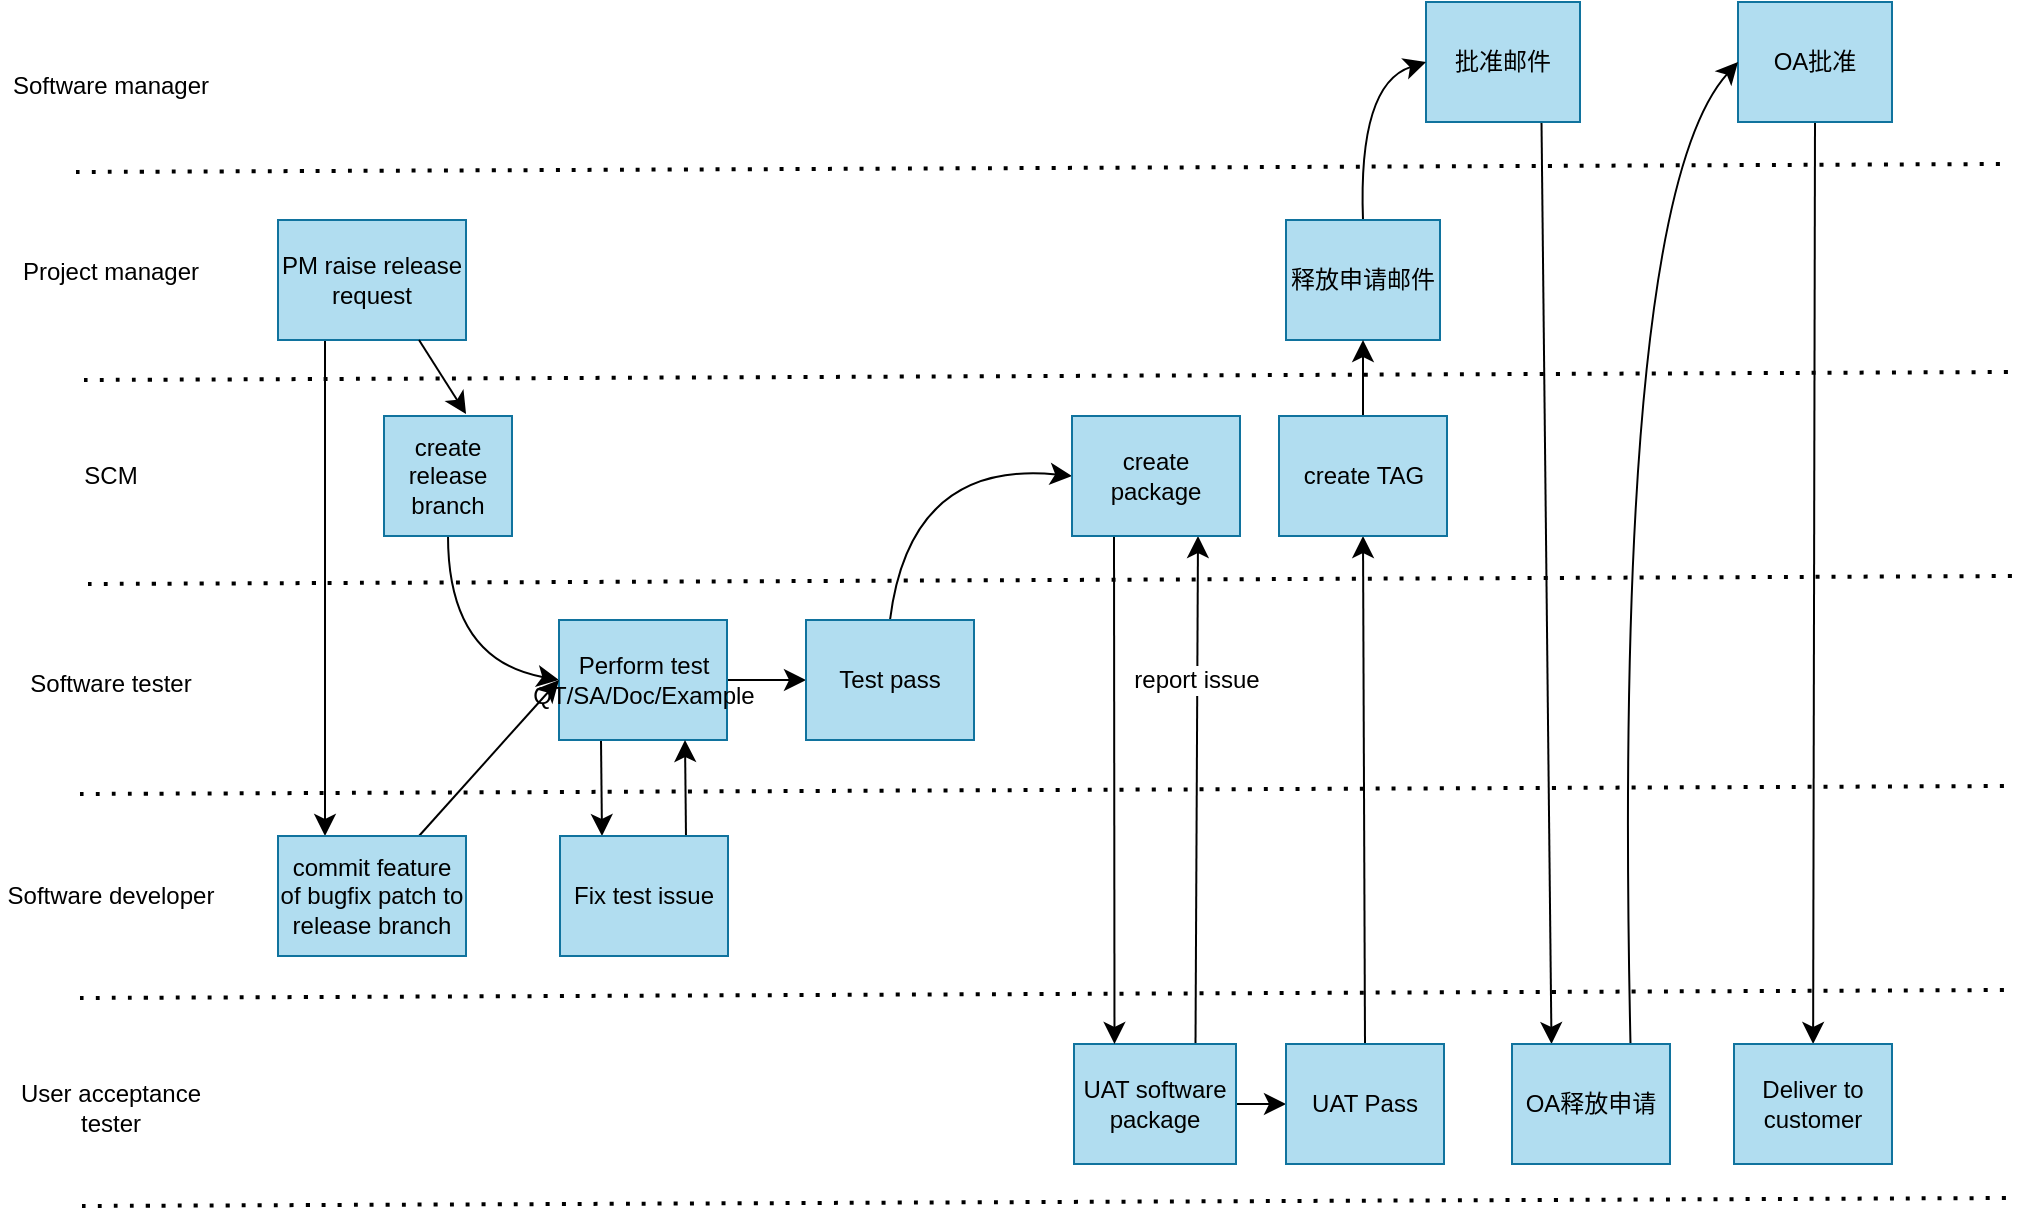
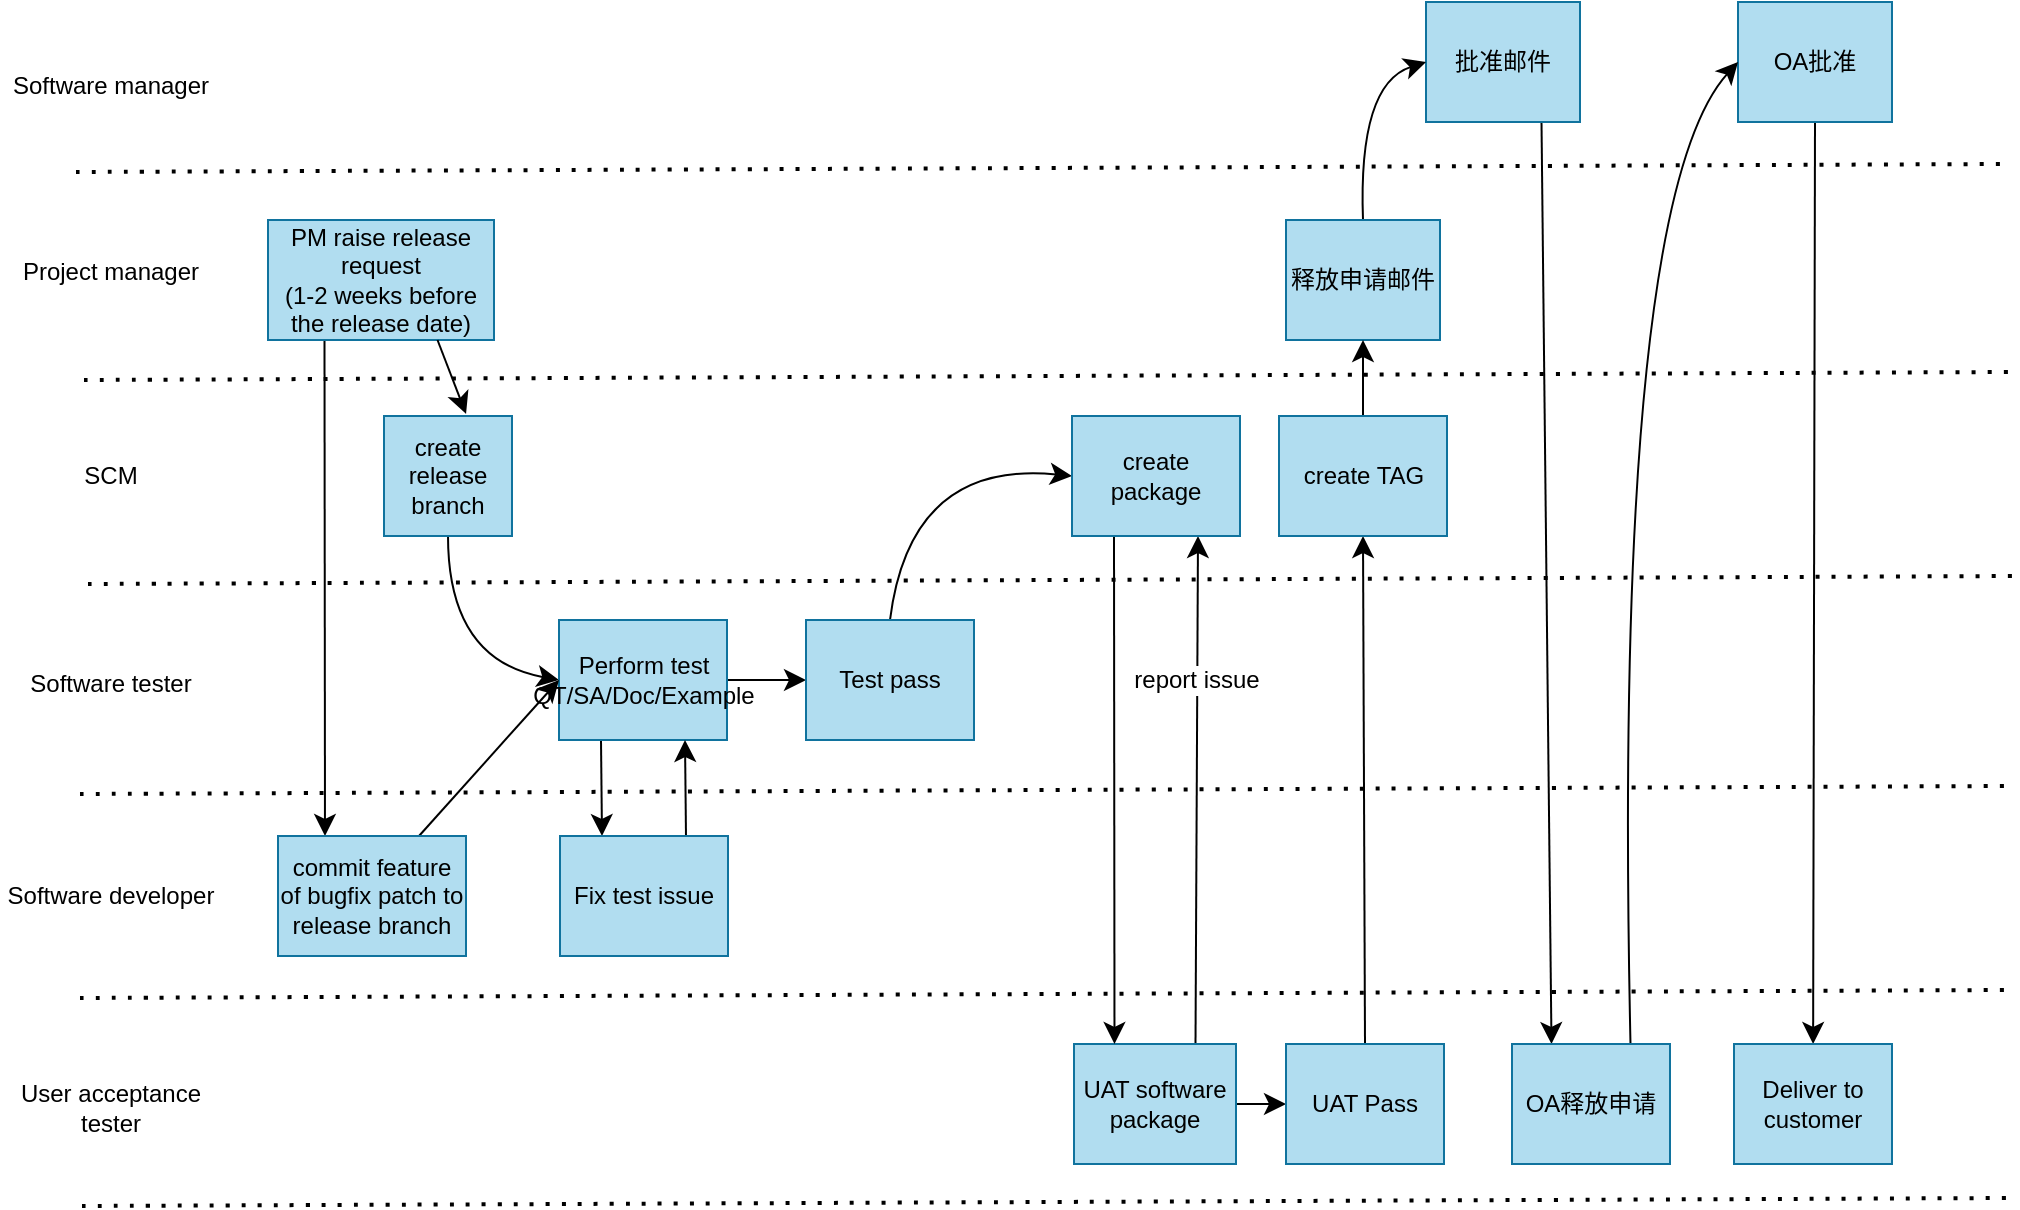
<mxfile host="app.diagrams.net">
  <diagram name="Page-1" id="fTPwgdbc9iwTcl-xMIqn">
-     <mxGraphModel dx="3014" dy="1651" grid="0" gridSize="10" guides="1" tooltips="1" connect="1" arrows="1" fold="1" page="0" pageScale="1" pageWidth="827" pageHeight="1169" math="0" shadow="0">
+     <mxGraphModel dx="3014" dy="1621" grid="0" gridSize="10" guides="1" tooltips="1" connect="1" arrows="1" fold="1" page="0" pageScale="1" pageWidth="827" pageHeight="1169" math="0" shadow="0">
      <root>
        <mxCell id="0" />
        <mxCell id="1" parent="0" />
        <mxCell id="DVGrybJIp1oMZ7pIrlnc-45" edge="1" parent="1" source="DVGrybJIp1oMZ7pIrlnc-1" style="edgeStyle=none;curved=1;rounded=0;orthogonalLoop=1;jettySize=auto;html=1;exitX=0.75;exitY=1;exitDx=0;exitDy=0;entryX=0.25;entryY=0;entryDx=0;entryDy=0;fontSize=12;startSize=8;endSize=8;" target="DVGrybJIp1oMZ7pIrlnc-28">
          <mxGeometry relative="1" as="geometry" />
        </mxCell>
        <mxCell id="DVGrybJIp1oMZ7pIrlnc-1" parent="1" style="rounded=0;whiteSpace=wrap;html=1;fillColor=#b1ddf0;strokeColor=#10739e;" value="批准邮件" vertex="1">
          <mxGeometry height="60" width="77" x="-542" y="-687" as="geometry" />
        </mxCell>
        <mxCell id="DVGrybJIp1oMZ7pIrlnc-4" edge="1" parent="1" style="endArrow=none;dashed=1;html=1;dashPattern=1 3;strokeWidth=2;rounded=0;fontSize=12;startSize=8;endSize=8;curved=1;" value="">
          <mxGeometry height="50" relative="1" width="50" as="geometry">
            <mxPoint x="-1217" y="-602" as="sourcePoint" />
            <mxPoint x="-253" y="-606" as="targetPoint" />
          </mxGeometry>
        </mxCell>
        <mxCell id="DVGrybJIp1oMZ7pIrlnc-31" edge="1" parent="1" source="DVGrybJIp1oMZ7pIrlnc-6" style="edgeStyle=none;curved=1;rounded=0;orthogonalLoop=1;jettySize=auto;html=1;exitX=0.25;exitY=1;exitDx=0;exitDy=0;entryX=0.25;entryY=0;entryDx=0;entryDy=0;fontSize=12;startSize=8;endSize=8;" target="DVGrybJIp1oMZ7pIrlnc-12">
          <mxGeometry relative="1" as="geometry" />
        </mxCell>
-         <mxCell id="DVGrybJIp1oMZ7pIrlnc-6" parent="1" style="rounded=0;whiteSpace=wrap;html=1;fillColor=#b1ddf0;strokeColor=#10739e;" value="PM raise release request" vertex="1">
-           <mxGeometry height="60" width="94" x="-1116" y="-578" as="geometry" />
+         <mxCell id="DVGrybJIp1oMZ7pIrlnc-6" parent="1" style="rounded=0;whiteSpace=wrap;html=1;fillColor=#b1ddf0;strokeColor=#10739e;" value="&lt;div&gt;PM raise release request&lt;/div&gt;&lt;div&gt;(1-2 weeks before the release date)&lt;/div&gt;" vertex="1">
+           <mxGeometry height="60" width="113" x="-1121" y="-578" as="geometry" />
        </mxCell>
        <mxCell id="DVGrybJIp1oMZ7pIrlnc-7" edge="1" parent="1" style="endArrow=none;dashed=1;html=1;dashPattern=1 3;strokeWidth=2;rounded=0;fontSize=12;startSize=8;endSize=8;curved=1;" value="">
          <mxGeometry height="50" relative="1" width="50" as="geometry">
            <mxPoint x="-1213" y="-498" as="sourcePoint" />
            <mxPoint x="-249" y="-502" as="targetPoint" />
          </mxGeometry>
        </mxCell>
        <mxCell id="DVGrybJIp1oMZ7pIrlnc-32" edge="1" parent="1" source="DVGrybJIp1oMZ7pIrlnc-8" style="edgeStyle=none;curved=1;rounded=0;orthogonalLoop=1;jettySize=auto;html=1;exitX=0.5;exitY=1;exitDx=0;exitDy=0;entryX=0;entryY=0.5;entryDx=0;entryDy=0;fontSize=12;startSize=8;endSize=8;" target="DVGrybJIp1oMZ7pIrlnc-10">
          <mxGeometry relative="1" as="geometry">
            <Array as="points">
              <mxPoint x="-1031" y="-358" />
            </Array>
          </mxGeometry>
        </mxCell>
        <mxCell id="DVGrybJIp1oMZ7pIrlnc-8" parent="1" style="rounded=0;whiteSpace=wrap;html=1;fillColor=#b1ddf0;strokeColor=#10739e;" value="create release branch" vertex="1">
          <mxGeometry height="60" width="64" x="-1063" y="-480" as="geometry" />
        </mxCell>
        <mxCell id="DVGrybJIp1oMZ7pIrlnc-9" edge="1" parent="1" style="endArrow=none;dashed=1;html=1;dashPattern=1 3;strokeWidth=2;rounded=0;fontSize=12;startSize=8;endSize=8;curved=1;" value="">
          <mxGeometry height="50" relative="1" width="50" as="geometry">
            <mxPoint x="-1211" y="-396" as="sourcePoint" />
            <mxPoint x="-247" y="-400" as="targetPoint" />
          </mxGeometry>
        </mxCell>
        <mxCell id="DVGrybJIp1oMZ7pIrlnc-34" edge="1" parent="1" source="DVGrybJIp1oMZ7pIrlnc-10" style="edgeStyle=none;curved=1;rounded=0;orthogonalLoop=1;jettySize=auto;html=1;exitX=0.25;exitY=1;exitDx=0;exitDy=0;entryX=0.25;entryY=0;entryDx=0;entryDy=0;fontSize=12;startSize=8;endSize=8;" target="DVGrybJIp1oMZ7pIrlnc-26">
          <mxGeometry relative="1" as="geometry" />
        </mxCell>
        <mxCell id="DVGrybJIp1oMZ7pIrlnc-36" edge="1" parent="1" source="DVGrybJIp1oMZ7pIrlnc-10" style="edgeStyle=none;curved=1;rounded=0;orthogonalLoop=1;jettySize=auto;html=1;exitX=1;exitY=0.5;exitDx=0;exitDy=0;entryX=0;entryY=0.5;entryDx=0;entryDy=0;fontSize=12;startSize=8;endSize=8;" target="DVGrybJIp1oMZ7pIrlnc-24">
          <mxGeometry relative="1" as="geometry" />
        </mxCell>
        <mxCell id="DVGrybJIp1oMZ7pIrlnc-10" parent="1" style="rounded=0;whiteSpace=wrap;html=1;fillColor=#b1ddf0;strokeColor=#10739e;" value="&lt;div&gt;Perform test&lt;/div&gt;&lt;div&gt;QT/SA/Doc/Example&lt;/div&gt;" vertex="1">
          <mxGeometry height="60" width="84" x="-975.5" y="-378" as="geometry" />
        </mxCell>
        <mxCell id="DVGrybJIp1oMZ7pIrlnc-11" edge="1" parent="1" style="endArrow=none;dashed=1;html=1;dashPattern=1 3;strokeWidth=2;rounded=0;fontSize=12;startSize=8;endSize=8;curved=1;" value="">
          <mxGeometry height="50" relative="1" width="50" as="geometry">
            <mxPoint x="-1215" y="-291" as="sourcePoint" />
            <mxPoint x="-251" y="-295" as="targetPoint" />
          </mxGeometry>
        </mxCell>
        <mxCell id="DVGrybJIp1oMZ7pIrlnc-33" edge="1" parent="1" source="DVGrybJIp1oMZ7pIrlnc-12" style="edgeStyle=none;curved=1;rounded=0;orthogonalLoop=1;jettySize=auto;html=1;exitX=0.75;exitY=0;exitDx=0;exitDy=0;entryX=0;entryY=0.5;entryDx=0;entryDy=0;fontSize=12;startSize=8;endSize=8;" target="DVGrybJIp1oMZ7pIrlnc-10">
          <mxGeometry relative="1" as="geometry" />
        </mxCell>
        <mxCell id="DVGrybJIp1oMZ7pIrlnc-12" parent="1" style="rounded=0;whiteSpace=wrap;html=1;fillColor=#b1ddf0;strokeColor=#10739e;" value="commit feature of bugfix patch to release branch" vertex="1">
          <mxGeometry height="60" width="94" x="-1116" y="-270" as="geometry" />
        </mxCell>
        <mxCell id="DVGrybJIp1oMZ7pIrlnc-13" edge="1" parent="1" style="endArrow=none;dashed=1;html=1;dashPattern=1 3;strokeWidth=2;rounded=0;fontSize=12;startSize=8;endSize=8;curved=1;" value="">
          <mxGeometry height="50" relative="1" width="50" as="geometry">
            <mxPoint x="-1215" y="-189" as="sourcePoint" />
            <mxPoint x="-251" y="-193" as="targetPoint" />
          </mxGeometry>
        </mxCell>
        <mxCell id="DVGrybJIp1oMZ7pIrlnc-14" parent="1" style="text;html=1;whiteSpace=wrap;strokeColor=none;fillColor=none;align=center;verticalAlign=middle;rounded=0;" value="Software manager" vertex="1">
          <mxGeometry height="30" width="111" x="-1255" y="-660" as="geometry" />
        </mxCell>
        <mxCell id="DVGrybJIp1oMZ7pIrlnc-15" parent="1" style="text;html=1;whiteSpace=wrap;strokeColor=none;fillColor=none;align=center;verticalAlign=middle;rounded=0;" value="Project manager" vertex="1">
          <mxGeometry height="30" width="111" x="-1255" y="-567" as="geometry" />
        </mxCell>
        <mxCell id="DVGrybJIp1oMZ7pIrlnc-16" parent="1" style="text;html=1;whiteSpace=wrap;strokeColor=none;fillColor=none;align=center;verticalAlign=middle;rounded=0;" value="SCM" vertex="1">
          <mxGeometry height="30" width="111" x="-1255" y="-465" as="geometry" />
        </mxCell>
        <mxCell id="DVGrybJIp1oMZ7pIrlnc-17" parent="1" style="text;html=1;whiteSpace=wrap;strokeColor=none;fillColor=none;align=center;verticalAlign=middle;rounded=0;" value="Software tester" vertex="1">
          <mxGeometry height="30" width="111" x="-1255" y="-361" as="geometry" />
        </mxCell>
        <mxCell id="DVGrybJIp1oMZ7pIrlnc-18" parent="1" style="text;html=1;whiteSpace=wrap;strokeColor=none;fillColor=none;align=center;verticalAlign=middle;rounded=0;" value="Software developer" vertex="1">
          <mxGeometry height="30" width="111" x="-1255" y="-255" as="geometry" />
        </mxCell>
        <mxCell id="DVGrybJIp1oMZ7pIrlnc-41" edge="1" parent="1" source="DVGrybJIp1oMZ7pIrlnc-19" style="edgeStyle=none;curved=1;rounded=0;orthogonalLoop=1;jettySize=auto;html=1;exitX=1;exitY=0.5;exitDx=0;exitDy=0;entryX=0;entryY=0.5;entryDx=0;entryDy=0;fontSize=12;startSize=8;endSize=8;" target="DVGrybJIp1oMZ7pIrlnc-27">
          <mxGeometry relative="1" as="geometry" />
        </mxCell>
        <mxCell id="DVGrybJIp1oMZ7pIrlnc-49" edge="1" parent="1" source="DVGrybJIp1oMZ7pIrlnc-19" style="edgeStyle=none;curved=1;rounded=0;orthogonalLoop=1;jettySize=auto;html=1;exitX=0.75;exitY=0;exitDx=0;exitDy=0;entryX=0.75;entryY=1;entryDx=0;entryDy=0;fontSize=12;startSize=8;endSize=8;" target="DVGrybJIp1oMZ7pIrlnc-25">
          <mxGeometry relative="1" as="geometry" />
        </mxCell>
        <mxCell id="DVGrybJIp1oMZ7pIrlnc-50" connectable="0" parent="DVGrybJIp1oMZ7pIrlnc-49" style="edgeLabel;html=1;align=center;verticalAlign=middle;resizable=0;points=[];fontSize=12;" value="report issue" vertex="1">
          <mxGeometry relative="1" x="0.433" y="1" as="geometry">
            <mxPoint as="offset" />
          </mxGeometry>
        </mxCell>
        <mxCell id="DVGrybJIp1oMZ7pIrlnc-19" parent="1" style="rounded=0;whiteSpace=wrap;html=1;fillColor=#b1ddf0;strokeColor=#10739e;" value="UAT software package" vertex="1">
          <mxGeometry height="60" width="81" x="-718" y="-166" as="geometry" />
        </mxCell>
        <mxCell id="DVGrybJIp1oMZ7pIrlnc-20" edge="1" parent="1" style="endArrow=none;dashed=1;html=1;dashPattern=1 3;strokeWidth=2;rounded=0;fontSize=12;startSize=8;endSize=8;curved=1;" value="">
          <mxGeometry height="50" relative="1" width="50" as="geometry">
            <mxPoint x="-1214" y="-85" as="sourcePoint" />
            <mxPoint x="-250" y="-89" as="targetPoint" />
          </mxGeometry>
        </mxCell>
        <mxCell id="DVGrybJIp1oMZ7pIrlnc-21" parent="1" style="text;html=1;whiteSpace=wrap;strokeColor=none;fillColor=none;align=center;verticalAlign=middle;rounded=0;" value="User acceptance tester" vertex="1">
          <mxGeometry height="30" width="111" x="-1255" y="-149" as="geometry" />
        </mxCell>
        <mxCell id="DVGrybJIp1oMZ7pIrlnc-47" edge="1" parent="1" source="DVGrybJIp1oMZ7pIrlnc-22" style="edgeStyle=none;curved=1;rounded=0;orthogonalLoop=1;jettySize=auto;html=1;exitX=0.5;exitY=1;exitDx=0;exitDy=0;fontSize=12;startSize=8;endSize=8;" target="DVGrybJIp1oMZ7pIrlnc-29">
          <mxGeometry relative="1" as="geometry" />
        </mxCell>
        <mxCell id="DVGrybJIp1oMZ7pIrlnc-22" parent="1" style="rounded=0;whiteSpace=wrap;html=1;fillColor=#b1ddf0;strokeColor=#10739e;" value="OA批准" vertex="1">
          <mxGeometry height="60" width="77" x="-386" y="-687" as="geometry" />
        </mxCell>
        <mxCell id="DVGrybJIp1oMZ7pIrlnc-44" edge="1" parent="1" source="DVGrybJIp1oMZ7pIrlnc-23" style="edgeStyle=none;curved=1;rounded=0;orthogonalLoop=1;jettySize=auto;html=1;exitX=0.5;exitY=0;exitDx=0;exitDy=0;entryX=0;entryY=0.5;entryDx=0;entryDy=0;fontSize=12;startSize=8;endSize=8;" target="DVGrybJIp1oMZ7pIrlnc-1">
          <mxGeometry relative="1" as="geometry">
            <Array as="points">
              <mxPoint x="-576" y="-646" />
            </Array>
          </mxGeometry>
        </mxCell>
        <mxCell id="DVGrybJIp1oMZ7pIrlnc-23" parent="1" style="rounded=0;whiteSpace=wrap;html=1;fillColor=#b1ddf0;strokeColor=#10739e;" value="释放申请邮件" vertex="1">
          <mxGeometry height="60" width="77" x="-612" y="-578" as="geometry" />
        </mxCell>
        <mxCell id="DVGrybJIp1oMZ7pIrlnc-37" edge="1" parent="1" source="DVGrybJIp1oMZ7pIrlnc-24" style="edgeStyle=none;curved=1;rounded=0;orthogonalLoop=1;jettySize=auto;html=1;exitX=0.5;exitY=0;exitDx=0;exitDy=0;entryX=0;entryY=0.5;entryDx=0;entryDy=0;fontSize=12;startSize=8;endSize=8;" target="DVGrybJIp1oMZ7pIrlnc-25">
          <mxGeometry relative="1" as="geometry">
            <Array as="points">
              <mxPoint x="-800" y="-458" />
            </Array>
          </mxGeometry>
        </mxCell>
        <mxCell id="DVGrybJIp1oMZ7pIrlnc-24" parent="1" style="rounded=0;whiteSpace=wrap;html=1;fillColor=#b1ddf0;strokeColor=#10739e;" value="Test pass" vertex="1">
          <mxGeometry height="60" width="84" x="-852" y="-378" as="geometry" />
        </mxCell>
        <mxCell id="DVGrybJIp1oMZ7pIrlnc-48" edge="1" parent="1" source="DVGrybJIp1oMZ7pIrlnc-25" style="edgeStyle=none;curved=1;rounded=0;orthogonalLoop=1;jettySize=auto;html=1;exitX=0.25;exitY=1;exitDx=0;exitDy=0;entryX=0.25;entryY=0;entryDx=0;entryDy=0;fontSize=12;startSize=8;endSize=8;" target="DVGrybJIp1oMZ7pIrlnc-19">
          <mxGeometry relative="1" as="geometry" />
        </mxCell>
        <mxCell id="DVGrybJIp1oMZ7pIrlnc-25" parent="1" style="rounded=0;whiteSpace=wrap;html=1;fillColor=#b1ddf0;strokeColor=#10739e;" value="create package" vertex="1">
          <mxGeometry height="60" width="84" x="-719" y="-480" as="geometry" />
        </mxCell>
        <mxCell id="DVGrybJIp1oMZ7pIrlnc-35" edge="1" parent="1" source="DVGrybJIp1oMZ7pIrlnc-26" style="edgeStyle=none;curved=1;rounded=0;orthogonalLoop=1;jettySize=auto;html=1;exitX=0.75;exitY=0;exitDx=0;exitDy=0;entryX=0.75;entryY=1;entryDx=0;entryDy=0;fontSize=12;startSize=8;endSize=8;" target="DVGrybJIp1oMZ7pIrlnc-10">
          <mxGeometry relative="1" as="geometry" />
        </mxCell>
        <mxCell id="DVGrybJIp1oMZ7pIrlnc-26" parent="1" style="rounded=0;whiteSpace=wrap;html=1;fillColor=#b1ddf0;strokeColor=#10739e;" value="Fix test issue" vertex="1">
          <mxGeometry height="60" width="84" x="-975" y="-270" as="geometry" />
        </mxCell>
        <mxCell id="DVGrybJIp1oMZ7pIrlnc-52" edge="1" parent="1" source="DVGrybJIp1oMZ7pIrlnc-27" style="edgeStyle=none;curved=1;rounded=0;orthogonalLoop=1;jettySize=auto;html=1;exitX=0.5;exitY=0;exitDx=0;exitDy=0;entryX=0.5;entryY=1;entryDx=0;entryDy=0;fontSize=12;startSize=8;endSize=8;" target="DVGrybJIp1oMZ7pIrlnc-51">
          <mxGeometry relative="1" as="geometry" />
        </mxCell>
        <mxCell id="DVGrybJIp1oMZ7pIrlnc-27" parent="1" style="rounded=0;whiteSpace=wrap;html=1;fillColor=#b1ddf0;strokeColor=#10739e;" value="UAT Pass" vertex="1">
          <mxGeometry height="60" width="79" x="-612" y="-166" as="geometry" />
        </mxCell>
        <mxCell id="DVGrybJIp1oMZ7pIrlnc-46" edge="1" parent="1" source="DVGrybJIp1oMZ7pIrlnc-28" style="edgeStyle=none;curved=1;rounded=0;orthogonalLoop=1;jettySize=auto;html=1;exitX=0.75;exitY=0;exitDx=0;exitDy=0;entryX=0;entryY=0.5;entryDx=0;entryDy=0;fontSize=12;startSize=8;endSize=8;" target="DVGrybJIp1oMZ7pIrlnc-22">
          <mxGeometry relative="1" as="geometry">
            <Array as="points">
              <mxPoint x="-449" y="-587" />
            </Array>
          </mxGeometry>
        </mxCell>
        <mxCell id="DVGrybJIp1oMZ7pIrlnc-28" parent="1" style="rounded=0;whiteSpace=wrap;html=1;fillColor=#b1ddf0;strokeColor=#10739e;" value="OA释放申请" vertex="1">
          <mxGeometry height="60" width="79" x="-499" y="-166" as="geometry" />
        </mxCell>
        <mxCell id="DVGrybJIp1oMZ7pIrlnc-29" parent="1" style="rounded=0;whiteSpace=wrap;html=1;fillColor=#b1ddf0;strokeColor=#10739e;" value="Deliver to customer" vertex="1">
          <mxGeometry height="60" width="79" x="-388" y="-166" as="geometry" />
        </mxCell>
        <mxCell id="DVGrybJIp1oMZ7pIrlnc-30" edge="1" parent="1" source="DVGrybJIp1oMZ7pIrlnc-6" style="edgeStyle=none;curved=1;rounded=0;orthogonalLoop=1;jettySize=auto;html=1;exitX=0.75;exitY=1;exitDx=0;exitDy=0;entryX=0.641;entryY=-0.017;entryDx=0;entryDy=0;entryPerimeter=0;fontSize=12;startSize=8;endSize=8;" target="DVGrybJIp1oMZ7pIrlnc-8">
          <mxGeometry relative="1" as="geometry" />
        </mxCell>
        <mxCell id="DVGrybJIp1oMZ7pIrlnc-53" edge="1" parent="1" source="DVGrybJIp1oMZ7pIrlnc-51" style="edgeStyle=none;curved=1;rounded=0;orthogonalLoop=1;jettySize=auto;html=1;exitX=0.5;exitY=0;exitDx=0;exitDy=0;entryX=0.5;entryY=1;entryDx=0;entryDy=0;fontSize=12;startSize=8;endSize=8;" target="DVGrybJIp1oMZ7pIrlnc-23">
          <mxGeometry relative="1" as="geometry" />
        </mxCell>
        <mxCell id="DVGrybJIp1oMZ7pIrlnc-51" parent="1" style="rounded=0;whiteSpace=wrap;html=1;fillColor=#b1ddf0;strokeColor=#10739e;" value="create TAG" vertex="1">
          <mxGeometry height="60" width="84" x="-615.5" y="-480" as="geometry" />
        </mxCell>
      </root>
    </mxGraphModel>
  </diagram>
</mxfile>
